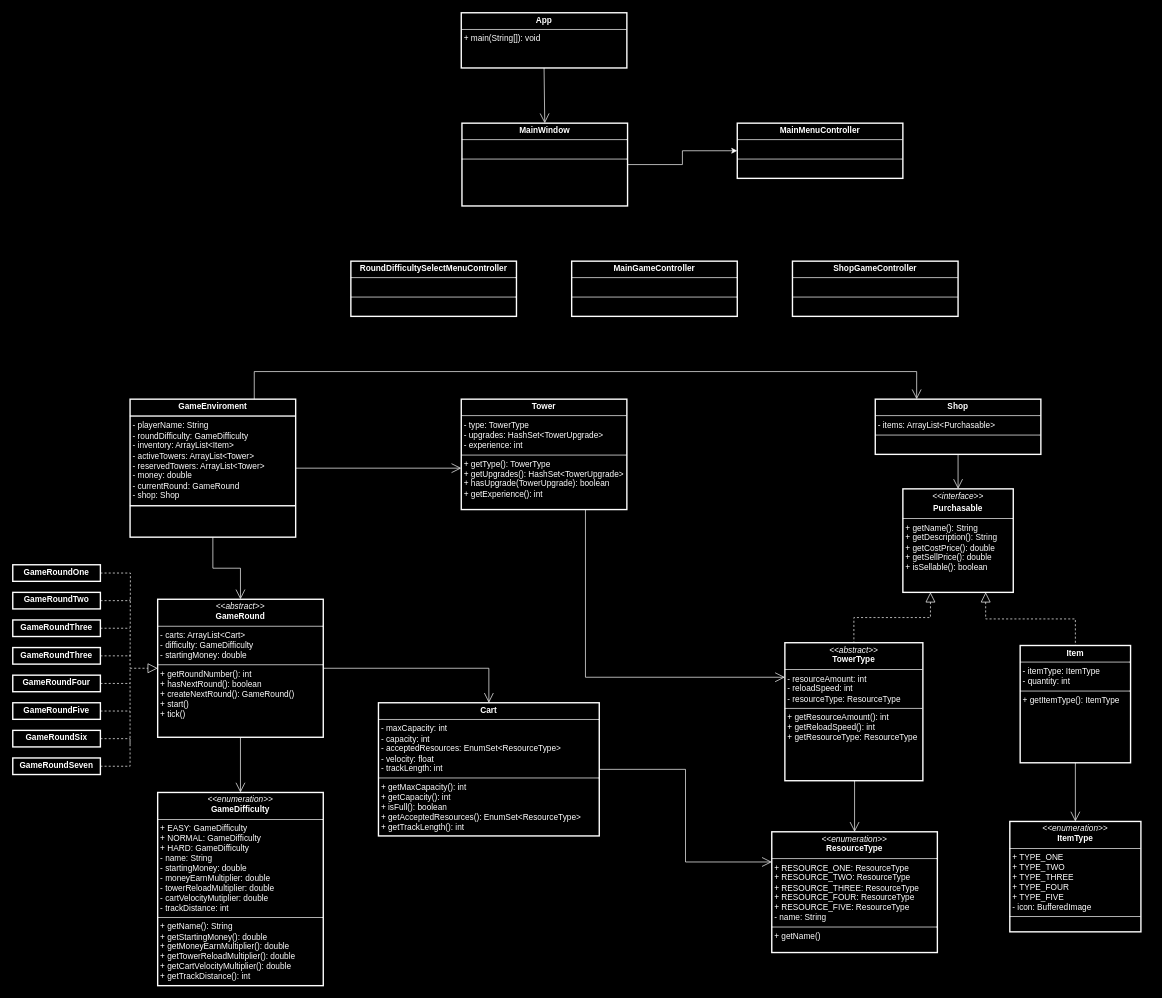
wbr38/SENG201-ResourceRush keeps this draw.io diagram as documents/Class Diagram.drawio. Above is the earlier version. Source tidied: cells renumbered, new cells numbered last; positions are measured from the earlier drawing's top-left corner, leaving out a move shared by most shapes. Both pictures are drawn from the tidied source at 69%, with x=0, y=0 at pixel (12, 12).
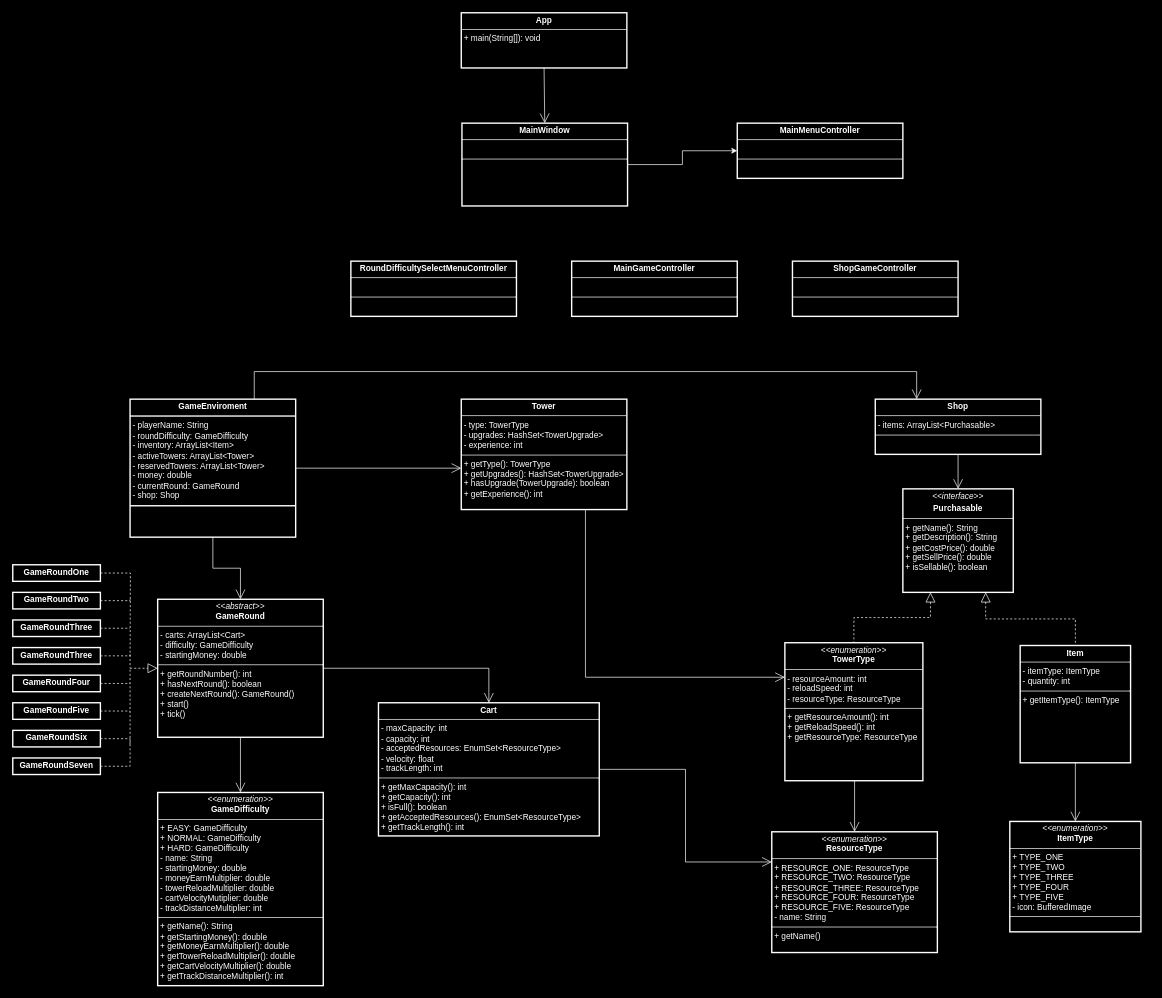
Above is the later version.

What changed in the source:
```diff
@@
-    <mxCell id="4" value="&lt;p style=&quot;margin:0px;margin-top:4px;text-align:center;&quot;&gt;&lt;i&gt;&amp;lt;&amp;lt;abstract&amp;gt;&amp;gt;&lt;/i&gt;&lt;br&gt;&lt;b&gt;TowerType&lt;/b&gt;&lt;/p&gt;&lt;hr style=&quot;border-style:solid;&quot; size=&quot;1&quot;&gt;&lt;p style=&quot;margin: 0px 0px 0px 4px;&quot;&gt;- resourceAmount: int&lt;/p&gt;&lt;p style=&quot;margin: 0px 0px 0px 4px;&quot;&gt;- reloadSpeed: int&lt;/p&gt;&lt;p style=&quot;margin: 0px 0px 0px 4px;&quot;&gt;- resourceType: ResourceType&lt;/p&gt;&lt;hr style=&quot;border-style:solid;&quot; size=&quot;1&quot;&gt;&lt;p style=&quot;margin:0px;margin-left:4px;&quot;&gt;+ getResourceAmount(): int&lt;/p&gt;&lt;p style=&quot;margin:0px;margin-left:4px;&quot;&gt;+ getReloadSpeed(): int&lt;/p&gt;&lt;p style=&quot;margin:0px;margin-left:4px;&quot;&gt;+ getResourceType: ResourceType&lt;/p&gt;" style="verticalAlign=top;align=left;overflow=fill;html=1;whiteSpace=wrap;labelBackgroundColor=none;fillColor=none;fontColor=#FFFFFF;strokeColor=#FFFFFF;strokeWidth=2;" parent="1" vertex="1">
+    <mxCell id="4" value="&lt;p style=&quot;margin:0px;margin-top:4px;text-align:center;&quot;&gt;&lt;i&gt;&amp;lt;&amp;lt;enumeration&amp;gt;&amp;gt;&lt;/i&gt;&lt;br&gt;&lt;b&gt;TowerType&lt;/b&gt;&lt;/p&gt;&lt;hr style=&quot;border-style:solid;&quot; size=&quot;1&quot;&gt;&lt;p style=&quot;margin: 0px 0px 0px 4px;&quot;&gt;- resourceAmount: int&lt;/p&gt;&lt;p style=&quot;margin: 0px 0px 0px 4px;&quot;&gt;- reloadSpeed: int&lt;/p&gt;&lt;p style=&quot;margin: 0px 0px 0px 4px;&quot;&gt;- resourceType: ResourceType&lt;/p&gt;&lt;hr style=&quot;border-style:solid;&quot; size=&quot;1&quot;&gt;&lt;p style=&quot;margin:0px;margin-left:4px;&quot;&gt;+ getResourceAmount(): int&lt;/p&gt;&lt;p style=&quot;margin:0px;margin-left:4px;&quot;&gt;+ getReloadSpeed(): int&lt;/p&gt;&lt;p style=&quot;margin:0px;margin-left:4px;&quot;&gt;+ getResourceType: ResourceType&lt;/p&gt;" style="verticalAlign=top;align=left;overflow=fill;html=1;whiteSpace=wrap;labelBackgroundColor=none;fillColor=none;fontColor=#FFFFFF;strokeColor=#FFFFFF;strokeWidth=2;" parent="1" vertex="1">
       <mxGeometry x="1119" y="913" width="200" height="200" as="geometry" />
     </mxCell>
@@
-    <mxCell id="6" value="&lt;p style=&quot;margin:0px;margin-top:4px;text-align:center;&quot;&gt;&lt;i&gt;&amp;lt;&amp;lt;&lt;/i&gt;&lt;i&gt;enumeration&lt;/i&gt;&lt;i&gt;&amp;gt;&amp;gt;&lt;/i&gt;&lt;br&gt;&lt;b&gt;GameDifficulty&lt;/b&gt;&lt;/p&gt;&lt;hr style=&quot;border-style:solid;&quot; size=&quot;1&quot;&gt;&lt;p style=&quot;margin:0px;margin-left:4px;&quot;&gt;+ EASY: GameDifficulty&lt;/p&gt;&lt;p style=&quot;margin:0px;margin-left:4px;&quot;&gt;+ NORMAL:&amp;nbsp;&lt;span style=&quot;background-color: initial;&quot;&gt;GameDifficulty&lt;/span&gt;&lt;/p&gt;&lt;p style=&quot;margin:0px;margin-left:4px;&quot;&gt;+ HARD: GameDifficulty&lt;/p&gt;&lt;p style=&quot;margin:0px;margin-left:4px;&quot;&gt;- name: String&lt;/p&gt;&lt;p style=&quot;margin:0px;margin-left:4px;&quot;&gt;- startingMoney: double&lt;/p&gt;&lt;p style=&quot;margin:0px;margin-left:4px;&quot;&gt;- moneyEarnMultiplier: double&lt;/p&gt;&lt;p style=&quot;margin:0px;margin-left:4px;&quot;&gt;- towerReloadMultiplier: double&lt;br&gt;&lt;/p&gt;&lt;p style=&quot;margin:0px;margin-left:4px;&quot;&gt;- cartVelocityMutiplier: double&lt;/p&gt;&lt;p style=&quot;margin:0px;margin-left:4px;&quot;&gt;- trackDistance: int&lt;/p&gt;&lt;hr style=&quot;border-style:solid;&quot; size=&quot;1&quot;&gt;&lt;p style=&quot;margin:0px;margin-left:4px;&quot;&gt;+ getName(): String&lt;/p&gt;&lt;p style=&quot;margin:0px;margin-left:4px;&quot;&gt;+ getStartingMoney(): double&lt;/p&gt;&lt;p style=&quot;margin:0px;margin-left:4px;&quot;&gt;+ getMoneyEarnMultiplier(): double&lt;/p&gt;&lt;p style=&quot;margin:0px;margin-left:4px;&quot;&gt;+ getTowerReloadMultiplier(): double&lt;/p&gt;&lt;p style=&quot;margin:0px;margin-left:4px;&quot;&gt;+ getCartVelocityMultiplier(): double&lt;/p&gt;&lt;p style=&quot;margin:0px;margin-left:4px;&quot;&gt;+ getTrackDistance(): int&lt;/p&gt;" style="verticalAlign=top;align=left;overflow=fill;html=1;whiteSpace=wrap;labelBackgroundColor=none;fillColor=none;fontColor=#FFFFFF;strokeColor=#FFFFFF;strokeWidth=2;" parent="1" vertex="1">
+    <mxCell id="6" value="&lt;p style=&quot;margin:0px;margin-top:4px;text-align:center;&quot;&gt;&lt;i&gt;&amp;lt;&amp;lt;&lt;/i&gt;&lt;i&gt;enumeration&lt;/i&gt;&lt;i&gt;&amp;gt;&amp;gt;&lt;/i&gt;&lt;br&gt;&lt;b&gt;GameDifficulty&lt;/b&gt;&lt;/p&gt;&lt;hr style=&quot;border-style:solid;&quot; size=&quot;1&quot;&gt;&lt;p style=&quot;margin:0px;margin-left:4px;&quot;&gt;+ EASY: GameDifficulty&lt;/p&gt;&lt;p style=&quot;margin:0px;margin-left:4px;&quot;&gt;+ NORMAL:&amp;nbsp;&lt;span style=&quot;background-color: initial;&quot;&gt;GameDifficulty&lt;/span&gt;&lt;/p&gt;&lt;p style=&quot;margin:0px;margin-left:4px;&quot;&gt;+ HARD: GameDifficulty&lt;/p&gt;&lt;p style=&quot;margin:0px;margin-left:4px;&quot;&gt;- name: String&lt;/p&gt;&lt;p style=&quot;margin:0px;margin-left:4px;&quot;&gt;- startingMoney: double&lt;/p&gt;&lt;p style=&quot;margin:0px;margin-left:4px;&quot;&gt;- moneyEarnMultiplier: double&lt;/p&gt;&lt;p style=&quot;margin:0px;margin-left:4px;&quot;&gt;- towerReloadMultiplier: double&lt;br&gt;&lt;/p&gt;&lt;p style=&quot;margin:0px;margin-left:4px;&quot;&gt;- cartVelocityMutiplier: double&lt;/p&gt;&lt;p style=&quot;margin:0px;margin-left:4px;&quot;&gt;- trackDistanceMultiplier: int&lt;/p&gt;&lt;hr style=&quot;border-style:solid;&quot; size=&quot;1&quot;&gt;&lt;p style=&quot;margin:0px;margin-left:4px;&quot;&gt;+ getName(): String&lt;/p&gt;&lt;p style=&quot;margin:0px;margin-left:4px;&quot;&gt;+ getStartingMoney(): double&lt;/p&gt;&lt;p style=&quot;margin:0px;margin-left:4px;&quot;&gt;+ getMoneyEarnMultiplier(): double&lt;/p&gt;&lt;p style=&quot;margin:0px;margin-left:4px;&quot;&gt;+ getTowerReloadMultiplier(): double&lt;/p&gt;&lt;p style=&quot;margin:0px;margin-left:4px;&quot;&gt;+ getCartVelocityMultiplier(): double&lt;/p&gt;&lt;p style=&quot;margin:0px;margin-left:4px;&quot;&gt;+ getTrackDistanceMultiplier(): int&lt;/p&gt;" style="verticalAlign=top;align=left;overflow=fill;html=1;whiteSpace=wrap;labelBackgroundColor=none;fillColor=none;fontColor=#FFFFFF;strokeColor=#FFFFFF;strokeWidth=2;" parent="1" vertex="1">
       <mxGeometry x="210" y="1130" width="240" height="280" as="geometry" />
     </mxCell>
```
